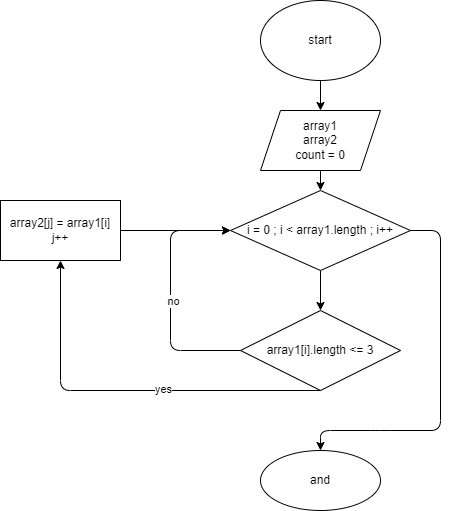
Before: d.drawio.png, a diagram exported from draw.io (urbanass/Block-results). Source tidied: cells renumbered, new cells last; positions are measured from the earlier drawing's top-left corner, leaving out a move shared by most shapes.
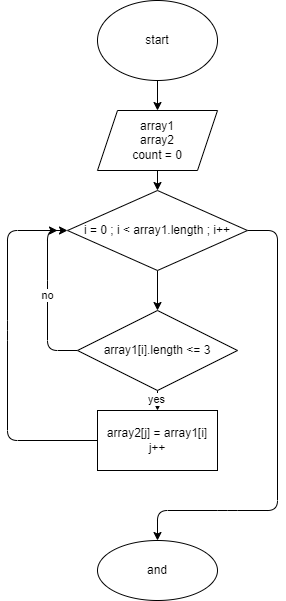
After the change.

Commit message:
добавил диаграмму

The edit, as a diff of the source:
```diff
@@ -21,9 +21,9 @@
       <mxGeometry relative="1" as="geometry">
         <Array as="points">
           <mxPoint x="440" y="230" />
-          <mxPoint x="440" y="430" />
-          <mxPoint x="380" y="430" />
-          <mxPoint x="320" y="430" />
+          <mxPoint x="440" y="510" />
+          <mxPoint x="390" y="510" />
+          <mxPoint x="320" y="510" />
         </Array>
       </mxGeometry>
     </mxCell>
@@ -31,37 +31,38 @@
       <mxGeometry x="230" y="190" width="180" height="80" as="geometry" />
     </mxCell>
     <mxCell id="9" style="edgeStyle=none;html=1;exitX=0.5;exitY=1;exitDx=0;exitDy=0;" parent="1" edge="1" source="13" target="15">
-      <mxGeometry relative="1" as="geometry">
-        <Array as="points">
-          <mxPoint x="60" y="390" />
-        </Array>
-      </mxGeometry>
+      <mxGeometry relative="1" as="geometry" />
     </mxCell>
     <mxCell id="10" value="yes" style="edgeLabel;html=1;align=center;verticalAlign=middle;" parent="9" vertex="1">
       <mxGeometry x="-0.19" y="-2" relative="1" as="geometry" />
     </mxCell>
-    <mxCell id="11" style="edgeStyle=none;html=1;exitX=0;exitY=0.5;exitDx=0;exitDy=0;entryX=0;entryY=0.5;entryDx=0;entryDy=0;" parent="1" edge="1" source="13" target="8">
+    <mxCell id="11" value="no" style="edgeStyle=none;html=1;exitX=0;exitY=0.5;exitDx=0;exitDy=0;entryX=0;entryY=0.5;entryDx=0;entryDy=0;" parent="1" edge="1" source="13" target="8">
       <mxGeometry relative="1" as="geometry">
         <Array as="points">
-          <mxPoint x="170" y="350" />
-          <mxPoint x="170" y="230" />
+          <mxPoint x="210" y="350" />
+          <mxPoint x="210" y="290" />
+          <mxPoint x="210" y="230" />
         </Array>
       </mxGeometry>
     </mxCell>
-    <mxCell id="12" value="no" style="edgeLabel;html=1;align=center;verticalAlign=middle;" parent="11" vertex="1">
-      <mxGeometry x="-0.04" y="-2" relative="1" as="geometry" />
-    </mxCell>
     <mxCell id="13" value="&lt;span&gt;array1[i].length &amp;lt;= 3&lt;/span&gt;" style="rhombus;whiteSpace=wrap;html=1;" parent="1" vertex="1">
       <mxGeometry x="240" y="310" width="160" height="80" as="geometry" />
     </mxCell>
-    <mxCell id="14" style="edgeStyle=none;html=1;" parent="1" edge="1" source="15" target="8">
-      <mxGeometry relative="1" as="geometry" />
+    <mxCell id="14" style="edgeStyle=none;html=1;" parent="1" edge="1" source="15">
+      <mxGeometry relative="1" as="geometry">
+        <mxPoint x="220" y="230" as="targetPoint" />
+        <Array as="points">
+          <mxPoint x="170" y="440" />
+          <mxPoint x="170" y="330" />
+          <mxPoint x="170" y="230" />
+        </Array>
+      </mxGeometry>
     </mxCell>
     <mxCell id="15" value="&lt;span&gt;array2[j] = array1[i]&lt;br&gt;j++&lt;br&gt;&lt;/span&gt;" style="rounded=0;whiteSpace=wrap;html=1;" parent="1" vertex="1">
-      <mxGeometry y="200" width="120" height="60" as="geometry" />
+      <mxGeometry x="260" y="410" width="120" height="60" as="geometry" />
     </mxCell>
     <mxCell id="16" value="and" style="ellipse;whiteSpace=wrap;html=1;" parent="1" vertex="1">
-      <mxGeometry x="260" y="450" width="120" height="60" as="geometry" />
+      <mxGeometry x="260" y="540" width="120" height="60" as="geometry" />
     </mxCell>
   </root>
 </mxGraphModel>
```
